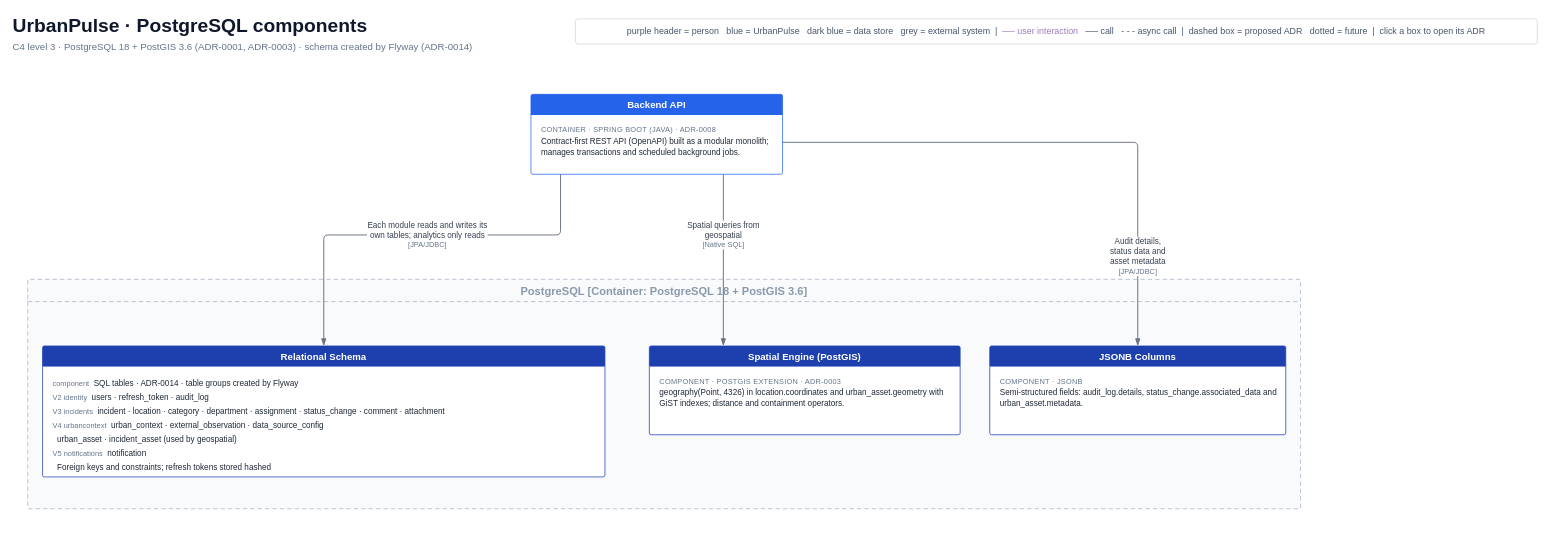
Dalibex/urban-incidence-manager keeps this draw.io diagram as page "6 · Database components" (6 of 10) of docs/architecture/UrbanPulse-C4.drawio. Above is the earlier version. Source tidied: cells renumbered, new cells numbered last; positions are measured from the earlier drawing's top-left corner, leaving out a move shared by most shapes. Both pictures are drawn from the tidied source at 74%, with x=0, y=0 at pixel (13, 13).
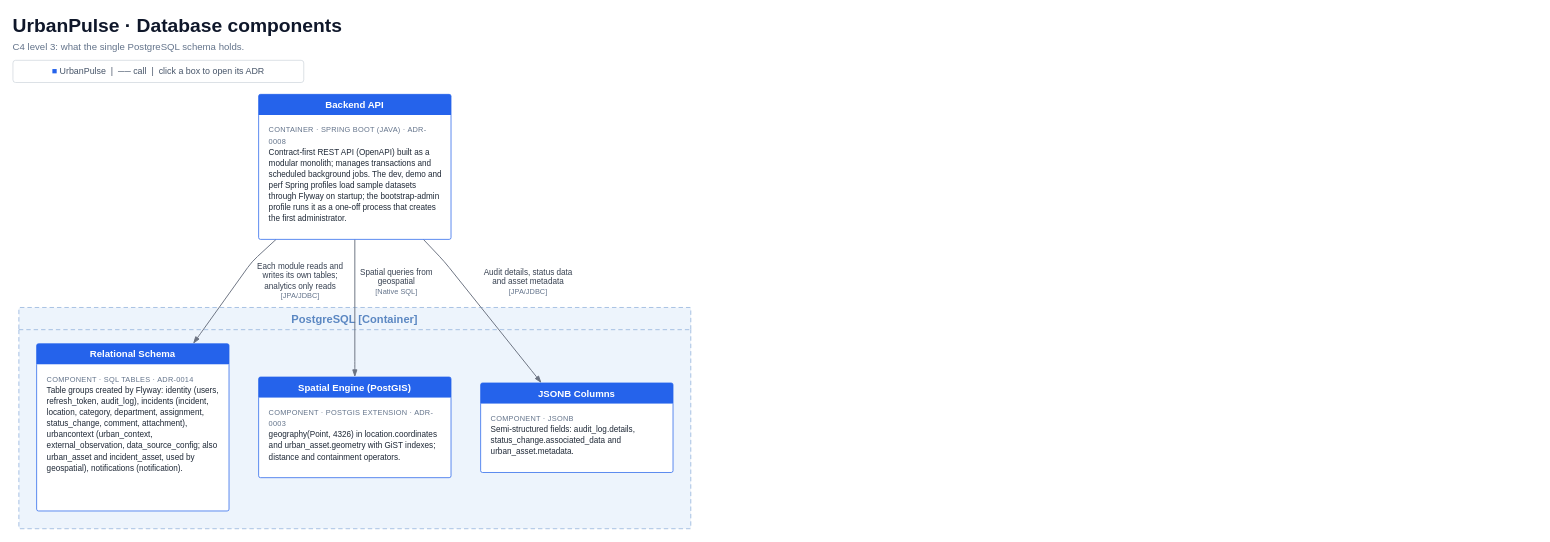
Above is the later version.

Diff of the diagram source:
```diff
@@
-    <mxCell id="2" value="UrbanPulse · PostgreSQL components" style="text;html=1;whiteSpace=wrap;align=left;verticalAlign=middle;fontFamily=Helvetica;fontSize=26;fontColor=#0F172A;fontStyle=1;spacing=0;" parent="1" vertex="1">
-      <mxGeometry width="900" height="34" as="geometry" />
-    </mxCell>
-    <mxCell id="3" value="C4 level 3 · PostgreSQL 18 + PostGIS 3.6 (ADR-0001, ADR-0003) · schema created by Flyway (ADR-0014)" style="text;html=1;whiteSpace=wrap;align=left;verticalAlign=middle;fontFamily=Helvetica;fontSize=13;fontColor=#64748B;fontStyle=0;spacing=0;" parent="1" vertex="1">
-      <mxGeometry y="36" width="900" height="20" as="geometry" />
-    </mxCell>
-    <mxCell id="4" value="purple header = person &amp;nbsp; blue = UrbanPulse &amp;nbsp; dark blue = data store &amp;nbsp; grey = external system &amp;nbsp;|&amp;nbsp; &lt;font color='#9C7AB8'&gt;── user interaction&lt;/font&gt; &amp;nbsp; ── call &amp;nbsp; - - - async call &amp;nbsp;|&amp;nbsp; dashed box = proposed ADR &amp;nbsp; dotted = future &amp;nbsp;|&amp;nbsp; click a box to open its ADR" style="rounded=1;arcSize=12;html=1;whiteSpace=wrap;fillColor=#FFFFFF;strokeColor=#D0D7DE;fontFamily=Helvetica;fontSize=12;fontColor=#475569;align=center;verticalAlign=middle;" parent="1" vertex="1">
-      <mxGeometry x="760" y="8" width="1300" height="34" as="geometry" />
-    </mxCell>
+    <mxCell id="17" value="UrbanPulse · Database components" style="text;html=1;whiteSpace=wrap;align=left;verticalAlign=middle;fontFamily=Helvetica;fontSize=26;fontColor=#0F172A;fontStyle=1;spacing=0;" parent="1" vertex="1">
+      <mxGeometry width="1100" height="34" as="geometry" />
+    </mxCell>
+    <mxCell id="18" value="C4 level 3: what the single PostgreSQL schema holds." style="text;html=1;whiteSpace=wrap;align=left;verticalAlign=middle;fontFamily=Helvetica;fontSize=13;fontColor=#64748B;spacing=0;" parent="1" vertex="1">
+      <mxGeometry y="36" width="1100" height="20" as="geometry" />
+    </mxCell>
+    <mxCell id="19" value="&lt;font color=&quot;#2563eb&quot;&gt;■&lt;/font&gt; UrbanPulse &amp;nbsp;|&amp;nbsp; ── call &amp;nbsp;|&amp;nbsp; click a box to open its ADR" style="rounded=1;arcSize=12;html=1;whiteSpace=wrap;fillColor=#FFFFFF;strokeColor=#D0D7DE;fontFamily=Helvetica;fontSize=12;fontColor=#475569;align=center;verticalAlign=middle;" parent="1" vertex="1">
+      <mxGeometry y="64" width="393" height="30" as="geometry" />
+    </mxCell>
+    <mxCell id="20" value="PostgreSQL  [Container]" style="swimlane;html=1;whiteSpace=wrap;rounded=1;arcSize=1;dashed=1;dashPattern=6 4;startSize=30;fillColor=#EDF4FC;swimlaneFillColor=#EDF4FC;strokeColor=#8DB0DB;fontColor=#5B87C2;fontFamily=Helvetica;fontSize=15;fontStyle=1;" parent="1" vertex="1">
+      <mxGeometry x="8" y="398" width="908" height="299" as="geometry" />
+    </mxCell>
+    <mxCell id="14" value="Each module reads and&lt;br&gt;writes its own tables;&lt;br&gt;analytics only reads&lt;br&gt;&lt;font style=&quot;font-size:10px&quot; color=&quot;#64748B&quot;&gt;[JPA/JDBC]&lt;/font&gt;" style="edgeStyle=none;rounded=1;arcSize=20;html=1;strokeColor=#6b7280;strokeWidth=1.3;endArrow=blockThin;endFill=1;endSize=7;fontFamily=Helvetica;fontSize=11;fontColor=#374151;labelBackgroundColor=#FFFFFF;spacing=2;" parent="1" edge="1" source="5" target="8">
+      <mxGeometry relative="1" as="geometry">
+        <Array as="points">
+          <mxPoint x="323" y="336" />
+          <mxPoint x="250" y="438" />
+        </Array>
+        <mxPoint x="92" y="-11" as="offset" />
+      </mxGeometry>
+    </mxCell>
+    <mxCell id="15" value="Spatial queries from&lt;br&gt;geospatial&lt;br&gt;&lt;font style=&quot;font-size:10px&quot; color=&quot;#64748B&quot;&gt;[Native SQL]&lt;/font&gt;" style="edgeStyle=none;rounded=1;arcSize=20;html=1;strokeColor=#6b7280;strokeWidth=1.3;endArrow=blockThin;endFill=1;endSize=7;fontFamily=Helvetica;fontSize=11;fontColor=#374151;labelBackgroundColor=#FFFFFF;spacing=2;" parent="1" edge="1" source="5" target="10">
+      <mxGeometry relative="1" as="geometry">
+        <Array as="points">
+          <mxPoint x="462" y="481" />
+        </Array>
+        <mxPoint x="56" y="-36" as="offset" />
+      </mxGeometry>
+    </mxCell>
+    <mxCell id="16" value="Audit details, status data&lt;br&gt;and asset metadata&lt;br&gt;&lt;font style=&quot;font-size:10px&quot; color=&quot;#64748B&quot;&gt;[JPA/JDBC]&lt;/font&gt;" style="edgeStyle=none;rounded=1;arcSize=20;html=1;strokeColor=#6b7280;strokeWidth=1.3;endArrow=blockThin;endFill=1;endSize=7;fontFamily=Helvetica;fontSize=11;fontColor=#374151;labelBackgroundColor=#FFFFFF;spacing=2;" parent="1" edge="1" source="5" target="12">
+      <mxGeometry relative="1" as="geometry">
+        <Array as="points">
+          <mxPoint x="583" y="336" />
+          <mxPoint x="707" y="491" />
+        </Array>
+        <mxPoint x="60" y="-39" as="offset" />
+      </mxGeometry>
+    </mxCell>
-    <mxCell id="5" value="Backend API" style="swimlane;html=1;whiteSpace=wrap;rounded=1;arcSize=3;startSize=28;fillColor=#2563EB;swimlaneFillColor=#FFFFFF;strokeColor=#2563EB;fontColor=#FFFFFF;fontFamily=Helvetica;fontSize=13;fontStyle=1;swimlaneLine=0;" parent="1" vertex="1">
-      <mxGeometry x="700" y="110" width="340" height="108" as="geometry" />
+    <mxCell id="5" value="Backend API" style="swimlane;html=1;whiteSpace=wrap;rounded=1;arcSize=3;startSize=28;fillColor=#2563eb;swimlaneFillColor=#FFFFFF;strokeColor=#2563eb;fontColor=#ffffff;fontFamily=Helvetica;fontSize=13;fontStyle=1;swimlaneLine=0;" parent="1" vertex="1">
+      <mxGeometry x="332" y="110" width="260" height="196" as="geometry" />
     </mxCell>
-    <mxCell id="6" value="&lt;div style=&quot;color:#64748B;font-size:10px;line-height:15px;letter-spacing:0.3px;&quot;&gt;CONTAINER · SPRING BOOT (JAVA) · ADR-0008&lt;/div&gt;&lt;div style=&quot;line-height:15px;&quot;&gt;Contract-first REST API (OpenAPI) built as a modular monolith; manages transactions and scheduled background jobs.&lt;/div&gt;" style="text;html=1;whiteSpace=wrap;align=left;verticalAlign=top;fontFamily=Helvetica;fontSize=11;fontColor=#1F2937;spacingLeft=12;spacingRight=10;spacingTop=6;" parent="5" vertex="1">
-      <mxGeometry y="28" width="340" height="80" as="geometry" />
-    </mxCell>
-    <mxCell id="7" value="PostgreSQL  [Container: PostgreSQL 18 + PostGIS 3.6]" style="swimlane;html=1;whiteSpace=wrap;rounded=1;arcSize=1;dashed=1;dashPattern=6 4;startSize=30;fillColor=#F8FAFC;swimlaneFillColor=#F8FAFC;strokeColor=#A8B4C4;fontColor=#8A99AD;fontFamily=Helvetica;fontSize=15;fontStyle=1;" parent="1" vertex="1">
-      <mxGeometry x="20" y="360" width="1720" height="310" as="geometry" />
-    </mxCell>
+    <mxCell id="21" value="&lt;div style=&quot;color:#64748B;font-size:10px;line-height:15px;letter-spacing:0.3px;&quot;&gt;CONTAINER · SPRING BOOT (JAVA) · ADR-0008&lt;/div&gt;&lt;div style=&quot;line-height:15px;&quot;&gt;Contract-first REST API (OpenAPI) built as a modular monolith; manages transactions and scheduled background jobs. The dev, demo and perf Spring profiles load sample datasets through Flyway on startup; the bootstrap-admin profile runs it as a one-off process that creates the first administrator.&lt;/div&gt;" style="text;html=1;whiteSpace=wrap;align=left;verticalAlign=top;fontFamily=Helvetica;fontSize=11;fontColor=#1F2937;spacingLeft=12;spacingRight=10;spacingTop=6;" parent="5" vertex="1">
+      <mxGeometry y="28" width="260" height="168" as="geometry" />
+    </mxCell>
-    <mxCell id="8" value="Relational Schema" style="swimlane;html=1;whiteSpace=wrap;rounded=1;arcSize=3;startSize=28;fillColor=#1E40AF;swimlaneFillColor=#FFFFFF;strokeColor=#1E40AF;fontColor=#FFFFFF;fontFamily=Helvetica;fontSize=13;fontStyle=1;swimlaneLine=0;" parent="1" vertex="1">
-      <mxGeometry x="40" y="450" width="760" height="177" as="geometry" />
+    <mxCell id="8" value="Relational Schema" style="swimlane;html=1;whiteSpace=wrap;rounded=1;arcSize=3;startSize=28;fillColor=#2563eb;swimlaneFillColor=#FFFFFF;strokeColor=#2563eb;fontColor=#ffffff;fontFamily=Helvetica;fontSize=13;fontStyle=1;swimlaneLine=0;" parent="1" vertex="1">
+      <mxGeometry x="32" y="447" width="260" height="226" as="geometry" />
     </mxCell>
-    <mxCell id="9" value="&lt;div style=&quot;line-height:19px;&quot;&gt;&lt;span style=&quot;color:#64748B;font-size:10px;&quot;&gt;component&lt;/span&gt;&amp;nbsp;&amp;nbsp;SQL tables · ADR-0014 · table groups created by Flyway&lt;/div&gt;&lt;div style=&quot;line-height:19px;&quot;&gt;&lt;span style=&quot;color:#64748B;font-size:10px;&quot;&gt;V2 identity&lt;/span&gt;&amp;nbsp;&amp;nbsp;users · refresh_token · audit_log&lt;/div&gt;&lt;div style=&quot;line-height:19px;&quot;&gt;&lt;span style=&quot;color:#64748B;font-size:10px;&quot;&gt;V3 incidents&lt;/span&gt;&amp;nbsp;&amp;nbsp;incident · location · category · department · assignment · status_change · comment · attachment&lt;/div&gt;&lt;div style=&quot;line-height:19px;&quot;&gt;&lt;span style=&quot;color:#64748B;font-size:10px;&quot;&gt;V4 urbancontext&lt;/span&gt;&amp;nbsp;&amp;nbsp;urban_context · external_observation · data_source_config&lt;/div&gt;&lt;div style=&quot;line-height:19px;&quot;&gt;&lt;span style=&quot;color:#64748B;font-size:10px;&quot;&gt;&lt;/span&gt;&amp;nbsp;&amp;nbsp;urban_asset · incident_asset (used by geospatial)&lt;/div&gt;&lt;div style=&quot;line-height:19px;&quot;&gt;&lt;span style=&quot;color:#64748B;font-size:10px;&quot;&gt;V5 notifications&lt;/span&gt;&amp;nbsp;&amp;nbsp;notification&lt;/div&gt;&lt;div style=&quot;line-height:19px;&quot;&gt;&lt;span style=&quot;color:#64748B;font-size:10px;&quot;&gt;&lt;/span&gt;&amp;nbsp;&amp;nbsp;Foreign keys and constraints; refresh tokens stored hashed&lt;/div&gt;" style="text;html=1;whiteSpace=wrap;align=left;verticalAlign=top;fontFamily=Helvetica;fontSize=11;fontColor=#1F2937;spacingLeft=12;spacingRight=10;spacingTop=6;" parent="8" vertex="1">
-      <mxGeometry y="28" width="760" height="149" as="geometry" />
-    </mxCell>
+    <mxCell id="22" value="&lt;div style=&quot;color:#64748B;font-size:10px;line-height:15px;letter-spacing:0.3px;&quot;&gt;COMPONENT · SQL TABLES · ADR-0014&lt;/div&gt;&lt;div style=&quot;line-height:15px;&quot;&gt;Table groups created by Flyway: identity (users, refresh_token, audit_log), incidents (incident, location, category, department, assignment, status_change, comment, attachment), urbancontext (urban_context, external_observation, data_source_config; also urban_asset and incident_asset, used by geospatial), notifications (notification).&lt;/div&gt;" style="text;html=1;whiteSpace=wrap;align=left;verticalAlign=top;fontFamily=Helvetica;fontSize=11;fontColor=#1F2937;spacingLeft=12;spacingRight=10;spacingTop=6;" parent="8" vertex="1">
+      <mxGeometry y="28" width="260" height="198" as="geometry" />
+    </mxCell>
-    <mxCell id="10" value="Spatial Engine (PostGIS)" style="swimlane;html=1;whiteSpace=wrap;rounded=1;arcSize=3;startSize=28;fillColor=#1E40AF;swimlaneFillColor=#FFFFFF;strokeColor=#1E40AF;fontColor=#FFFFFF;fontFamily=Helvetica;fontSize=13;fontStyle=1;swimlaneLine=0;" parent="1" vertex="1">
-      <mxGeometry x="860" y="450" width="420" height="120" as="geometry" />
+    <mxCell id="10" value="Spatial Engine (PostGIS)" style="swimlane;html=1;whiteSpace=wrap;rounded=1;arcSize=3;startSize=28;fillColor=#2563eb;swimlaneFillColor=#FFFFFF;strokeColor=#2563eb;fontColor=#ffffff;fontFamily=Helvetica;fontSize=13;fontStyle=1;swimlaneLine=0;" parent="1" vertex="1">
+      <mxGeometry x="332" y="492" width="260" height="136" as="geometry" />
     </mxCell>
     <mxCell id="11" value="&lt;div style=&quot;color:#64748B;font-size:10px;line-height:15px;letter-spacing:0.3px;&quot;&gt;COMPONENT · POSTGIS EXTENSION · ADR-0003&lt;/div&gt;&lt;div style=&quot;line-height:15px;&quot;&gt;geography(Point, 4326) in location.coordinates and urban_asset.geometry with GiST indexes; distance and containment operators.&lt;/div&gt;" style="text;html=1;whiteSpace=wrap;align=left;verticalAlign=top;fontFamily=Helvetica;fontSize=11;fontColor=#1F2937;spacingLeft=12;spacingRight=10;spacingTop=6;" parent="10" vertex="1">
-      <mxGeometry y="28" width="420" height="92" as="geometry" />
+      <mxGeometry y="28" width="260" height="108" as="geometry" />
     </mxCell>
-    <mxCell id="12" value="JSONB Columns" style="swimlane;html=1;whiteSpace=wrap;rounded=1;arcSize=3;startSize=28;fillColor=#1E40AF;swimlaneFillColor=#FFFFFF;strokeColor=#1E40AF;fontColor=#FFFFFF;fontFamily=Helvetica;fontSize=13;fontStyle=1;swimlaneLine=0;" parent="1" vertex="1">
-      <mxGeometry x="1320" y="450" width="400" height="120" as="geometry" />
+    <mxCell id="12" value="JSONB Columns" style="swimlane;html=1;whiteSpace=wrap;rounded=1;arcSize=3;startSize=28;fillColor=#2563eb;swimlaneFillColor=#FFFFFF;strokeColor=#2563eb;fontColor=#ffffff;fontFamily=Helvetica;fontSize=13;fontStyle=1;swimlaneLine=0;" parent="1" vertex="1">
+      <mxGeometry x="632" y="500" width="260" height="121" as="geometry" />
     </mxCell>
     <mxCell id="13" value="&lt;div style=&quot;color:#64748B;font-size:10px;line-height:15px;letter-spacing:0.3px;&quot;&gt;COMPONENT · JSONB&lt;/div&gt;&lt;div style=&quot;line-height:15px;&quot;&gt;Semi-structured fields: audit_log.details, status_change.associated_data and urban_asset.metadata.&lt;/div&gt;" style="text;html=1;whiteSpace=wrap;align=left;verticalAlign=top;fontFamily=Helvetica;fontSize=11;fontColor=#1F2937;spacingLeft=12;spacingRight=10;spacingTop=6;" parent="12" vertex="1">
-      <mxGeometry y="28" width="400" height="92" as="geometry" />
+      <mxGeometry y="28" width="260" height="93" as="geometry" />
     </mxCell>
-    <mxCell id="14" value="Each module reads and writes its&lt;br&gt;own tables; analytics only reads&lt;br&gt;&lt;span style=&quot;color:#64748B;font-size:10px;&quot;&gt;[JPA/JDBC]&lt;/span&gt;" style="edgeStyle=orthogonalEdgeStyle;rounded=1;arcSize=12;html=1;jettySize=auto;strokeColor=#6B7280;strokeWidth=1.3;endArrow=blockThin;endFill=1;endSize=7;jumpStyle=arc;jumpSize=10;exitX=0.1176;exitY=1;exitDx=0;exitDy=0;entryX=0.5;entryY=0;entryDx=0;entryDy=0;fontFamily=Helvetica;fontSize=11;fontColor=#374151;labelBackgroundColor=#FFFFFF;labelBorderColor=none;spacing=2;" parent="1" edge="1" source="5" target="8">
-      <mxGeometry x="-0.05" relative="1" as="geometry">
-        <Array as="points">
-          <mxPoint x="740" y="300" />
-          <mxPoint x="420" y="300" />
-        </Array>
-      </mxGeometry>
-    </mxCell>
-    <mxCell id="15" value="Spatial queries from&lt;br&gt;geospatial&lt;br&gt;&lt;span style=&quot;color:#64748B;font-size:10px;&quot;&gt;[Native SQL]&lt;/span&gt;" style="edgeStyle=orthogonalEdgeStyle;rounded=1;arcSize=12;html=1;jettySize=auto;strokeColor=#6B7280;strokeWidth=1.3;endArrow=blockThin;endFill=1;endSize=7;jumpStyle=arc;jumpSize=10;exitX=0.7647;exitY=1;exitDx=0;exitDy=0;entryX=0.2381;entryY=0;entryDx=0;entryDy=0;fontFamily=Helvetica;fontSize=11;fontColor=#374151;labelBackgroundColor=#FFFFFF;labelBorderColor=none;spacing=2;" parent="1" edge="1" source="5" target="10">
-      <mxGeometry x="-0.29" relative="1" as="geometry" />
-    </mxCell>
-    <mxCell id="16" value="Audit details,&lt;br&gt;status data and&lt;br&gt;asset metadata&lt;br&gt;&lt;span style=&quot;color:#64748B;font-size:10px;&quot;&gt;[JPA/JDBC]&lt;/span&gt;" style="edgeStyle=orthogonalEdgeStyle;rounded=1;arcSize=12;html=1;jettySize=auto;strokeColor=#6B7280;strokeWidth=1.3;endArrow=blockThin;endFill=1;endSize=7;jumpStyle=arc;jumpSize=10;exitX=1;exitY=0.6;exitDx=0;exitDy=0;entryX=0.5;entryY=0;entryDx=0;entryDy=0;fontFamily=Helvetica;fontSize=11;fontColor=#374151;labelBackgroundColor=#FFFFFF;labelBorderColor=none;spacing=2;" parent="1" edge="1" source="5" target="12">
-      <mxGeometry x="0.68" relative="1" as="geometry">
-        <Array as="points">
-          <mxPoint x="1520" y="174.8" />
-        </Array>
-      </mxGeometry>
-    </mxCell>
```
